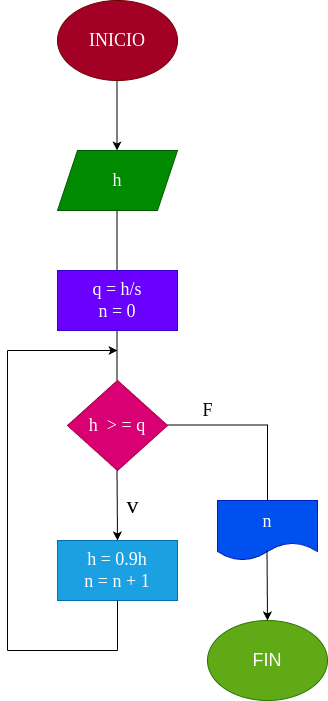
Earlier version of the draw.io export diagrama.png (SamyrArchila/While_2). Source tidied: cells renumbered, new cells last; positions are measured from the earlier drawing's top-left corner, leaving out a move shared by most shapes.
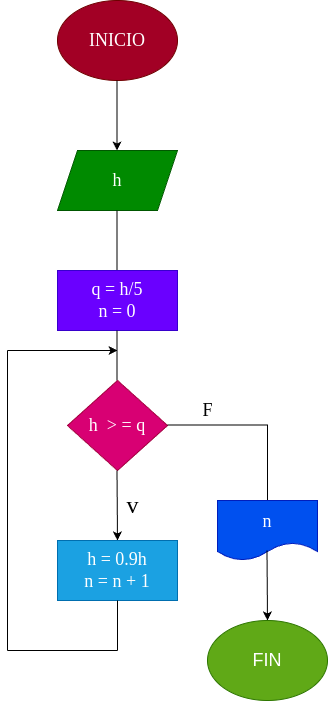
After the change.

What changed in the source:
```diff
@@ -20,7 +20,7 @@
         <mxPoint x="109.5" y="210" as="targetPoint" />
       </mxGeometry>
     </mxCell>
-    <mxCell id="6" value="&lt;font face=&quot;Tahoma&quot;&gt;&lt;span style=&quot;font-size: 18px;&quot;&gt;q = h/s&lt;br&gt;n = 0&lt;br&gt;&lt;/span&gt;&lt;/font&gt;" style="rounded=0;whiteSpace=wrap;html=1;fillColor=#6a00ff;fontColor=#ffffff;strokeColor=#3700CC;" parent="1" vertex="1">
+    <mxCell id="6" value="&lt;font face=&quot;Tahoma&quot;&gt;&lt;span style=&quot;font-size: 18px;&quot;&gt;q = h/5&lt;br&gt;n = 0&lt;br&gt;&lt;/span&gt;&lt;/font&gt;" style="rounded=0;whiteSpace=wrap;html=1;fillColor=#6a00ff;fontColor=#ffffff;strokeColor=#3700CC;" parent="1" vertex="1">
       <mxGeometry x="50" y="270" width="120" height="60" as="geometry" />
     </mxCell>
     <mxCell id="7" style="endArrow=none;html=1;" parent="1" edge="1">
```
